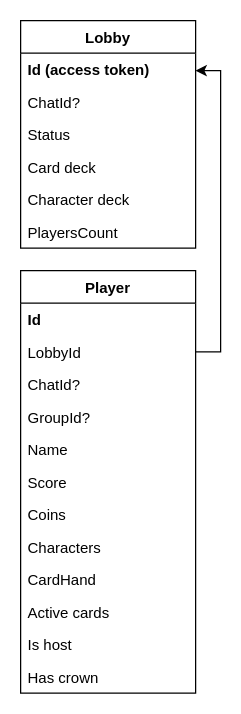
Before: docs/ER diagram.drawio in AntonArtomovNM/KCAA, a draw.io diagram. Source tidied: cells renumbered, new cells numbered last; positions are measured from the earlier drawing's top-left corner, leaving out a move shared by most shapes. Both pictures are drawn from the tidied source at 125%, with x=0, y=0 at pixel (20, 20).
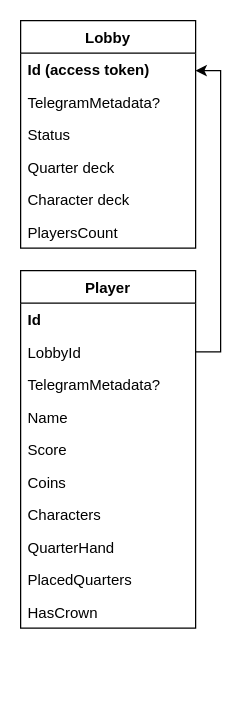
The same diagram, later.

Unchanged cells that the change refers to:
```xml
<mxCell id="15" value="Lobby" style="swimlane;fontStyle=1;horizontal=1;startSize=26;" parent="1" vertex="1">
  <mxGeometry width="140" height="182" as="geometry" />
</mxCell>
```

Change to the diagram source:
```diff
@@
     <mxCell id="2" value="Player" style="swimlane;fontStyle=1;horizontal=1;startSize=26;" parent="1" vertex="1">
-      <mxGeometry y="200" width="140" height="338" as="geometry" />
+      <mxGeometry y="200" width="140" height="286" as="geometry" />
     </mxCell>
@@
-    <mxCell id="5" value="ChatId?" style="text;strokeColor=none;fillColor=none;align=left;verticalAlign=top;spacingLeft=4;spacingRight=4;overflow=hidden;" parent="2" vertex="1">
+    <mxCell id="5" value="TelegramMetadata?" style="text;strokeColor=none;fillColor=none;align=left;verticalAlign=top;spacingLeft=4;spacingRight=4;overflow=hidden;" parent="2" vertex="1">
       <mxGeometry y="78" width="140" height="26" as="geometry" />
     </mxCell>
-    <mxCell id="6" value="GroupId?" style="text;strokeColor=none;fillColor=none;align=left;verticalAlign=top;spacingLeft=4;spacingRight=4;overflow=hidden;" parent="2" vertex="1">
-      <mxGeometry y="104" width="140" height="26" as="geometry" />
-    </mxCell>
     <mxCell id="7" value="Name" style="text;strokeColor=none;fillColor=none;align=left;verticalAlign=top;spacingLeft=4;spacingRight=4;overflow=hidden;" parent="2" vertex="1">
-      <mxGeometry y="130" width="140" height="26" as="geometry" />
+      <mxGeometry y="104" width="140" height="26" as="geometry" />
     </mxCell>
     <mxCell id="8" value="Score" style="text;strokeColor=none;fillColor=none;align=left;verticalAlign=top;spacingLeft=4;spacingRight=4;overflow=hidden;" parent="2" vertex="1">
-      <mxGeometry y="156" width="140" height="26" as="geometry" />
+      <mxGeometry y="130" width="140" height="26" as="geometry" />
     </mxCell>
     <mxCell id="9" value="Coins" style="text;strokeColor=none;fillColor=none;align=left;verticalAlign=top;spacingLeft=4;spacingRight=4;overflow=hidden;" parent="2" vertex="1">
-      <mxGeometry y="182" width="140" height="26" as="geometry" />
+      <mxGeometry y="156" width="140" height="26" as="geometry" />
     </mxCell>
     <mxCell id="10" value="Characters" style="text;strokeColor=none;fillColor=none;align=left;verticalAlign=top;spacingLeft=4;spacingRight=4;overflow=hidden;" parent="2" vertex="1">
-      <mxGeometry y="208" width="140" height="26" as="geometry" />
+      <mxGeometry y="182" width="140" height="26" as="geometry" />
     </mxCell>
-    <mxCell id="11" value="CardHand" style="text;strokeColor=none;fillColor=none;align=left;verticalAlign=top;spacingLeft=4;spacingRight=4;overflow=hidden;" parent="2" vertex="1">
-      <mxGeometry y="234" width="140" height="26" as="geometry" />
+    <mxCell id="11" value="QuarterHand" style="text;strokeColor=none;fillColor=none;align=left;verticalAlign=top;spacingLeft=4;spacingRight=4;overflow=hidden;" parent="2" vertex="1">
+      <mxGeometry y="208" width="140" height="26" as="geometry" />
     </mxCell>
-    <mxCell id="12" value="Active cards" style="text;strokeColor=none;fillColor=none;align=left;verticalAlign=top;spacingLeft=4;spacingRight=4;overflow=hidden;" parent="2" vertex="1">
-      <mxGeometry y="260" width="140" height="26" as="geometry" />
+    <mxCell id="12" value="PlacedQuarters" style="text;strokeColor=none;fillColor=none;align=left;verticalAlign=top;spacingLeft=4;spacingRight=4;overflow=hidden;" parent="2" vertex="1">
+      <mxGeometry y="234" width="140" height="26" as="geometry" />
     </mxCell>
-    <mxCell id="13" value="Is host" style="text;strokeColor=none;fillColor=none;align=left;verticalAlign=top;spacingLeft=4;spacingRight=4;overflow=hidden;" parent="2" vertex="1">
-      <mxGeometry y="286" width="140" height="26" as="geometry" />
-    </mxCell>
-    <mxCell id="14" value="Has crown" style="text;strokeColor=none;fillColor=none;align=left;verticalAlign=top;spacingLeft=4;spacingRight=4;overflow=hidden;" parent="2" vertex="1">
-      <mxGeometry y="312" width="140" height="26" as="geometry" />
+    <mxCell id="14" value="HasCrown" style="text;strokeColor=none;fillColor=none;align=left;verticalAlign=top;spacingLeft=4;spacingRight=4;overflow=hidden;" parent="2" vertex="1">
+      <mxGeometry y="260" width="140" height="26" as="geometry" />
     </mxCell>
@@
-    <mxCell id="17" value="ChatId?" style="text;strokeColor=none;fillColor=none;align=left;verticalAlign=top;spacingLeft=4;spacingRight=4;overflow=hidden;" parent="15" vertex="1">
+    <mxCell id="17" value="TelegramMetadata?" style="text;strokeColor=none;fillColor=none;align=left;verticalAlign=top;spacingLeft=4;spacingRight=4;overflow=hidden;" parent="15" vertex="1">
       <mxGeometry y="52" width="140" height="26" as="geometry" />
     </mxCell>
@@
-    <mxCell id="19" value="Card deck" style="text;strokeColor=none;fillColor=none;align=left;verticalAlign=top;spacingLeft=4;spacingRight=4;overflow=hidden;" parent="15" vertex="1">
+    <mxCell id="19" value="Quarter deck" style="text;strokeColor=none;fillColor=none;align=left;verticalAlign=top;spacingLeft=4;spacingRight=4;overflow=hidden;" parent="15" vertex="1">
       <mxGeometry y="104" width="140" height="26" as="geometry" />
     </mxCell>
```
